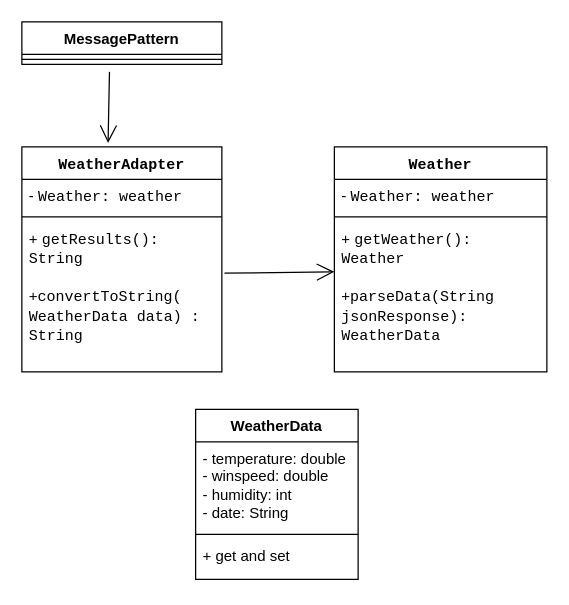
The draw.io diagram Rapport/Adaptater.drawio in adesbx/Eliza-GPT, before the edit. Source tidied: cells renumbered, new cells numbered last; positions are measured from the earlier drawing's top-left corner, leaving out a move shared by most shapes. Both pictures are drawn from the tidied source at 125%, with x=0, y=0 at pixel (21, 21).
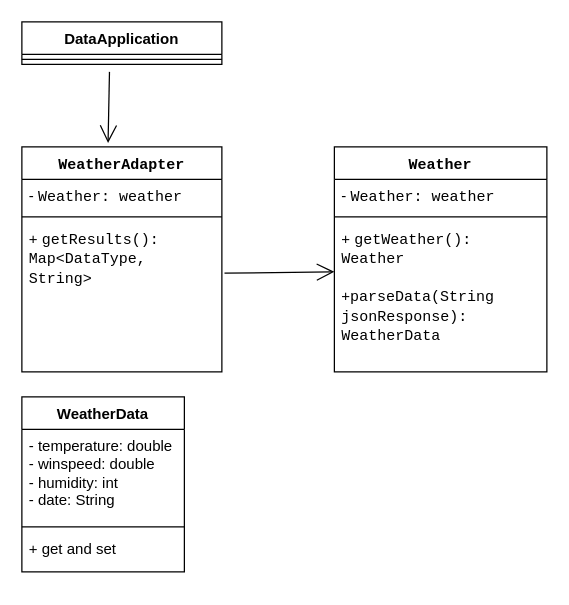
The same diagram, later.

Diff of the diagram source:
```diff
@@
-<mxGraphModel background="#ffffff">
+<mxGraphModel>
   <root>
     <mxCell id="0" />
     <mxCell id="1" parent="0" />
     <mxCell id="2" value="&lt;code&gt;&lt;span class=&quot;hljs-title.class&quot;&gt;WeatherAdapter&lt;/span&gt;&lt;span class=&quot;&quot;&gt; &lt;/span&gt;&lt;/code&gt;" style="swimlane;fontStyle=1;align=center;verticalAlign=top;horizontal=1;startSize=26;whiteSpace=wrap;html=1;" parent="1" vertex="1">
       <mxGeometry y="100" width="160" height="180" as="geometry" />
     </mxCell>
     <mxCell id="3" value="- &lt;code&gt; Weather: weather&lt;/code&gt;" style="text;strokeColor=none;fillColor=none;align=left;verticalAlign=top;spacingLeft=4;spacingRight=4;overflow=hidden;whiteSpace=wrap;html=1;" parent="2" vertex="1">
       <mxGeometry y="26" width="160" height="26" as="geometry" />
     </mxCell>
     <mxCell id="4" style="line;strokeWidth=1;fillColor=none;align=left;verticalAlign=middle;spacingTop=-1;spacingLeft=3;spacingRight=3;labelPosition=right;strokeColor=inherit;" parent="2" vertex="1">
       <mxGeometry y="52" width="160" height="8" as="geometry" />
     </mxCell>
-    <mxCell id="5" value="&lt;div&gt;+ &lt;code&gt; &lt;span class=&quot;hljs-title.function&quot;&gt;getResults&lt;/span&gt;&lt;span class=&quot;hljs-params&quot;&gt;(): String&lt;/span&gt;&lt;/code&gt;&lt;/div&gt;&lt;div&gt;&lt;code&gt;&lt;span class=&quot;hljs-params&quot;&gt;&lt;br&gt;&lt;/span&gt;&lt;/code&gt;&lt;/div&gt;&lt;div&gt;&lt;code&gt;&lt;span class=&quot;hljs-params&quot;&gt;&lt;/span&gt;&lt;/code&gt;+&lt;code&gt;&lt;span class=&quot;hljs-title.function&quot;&gt;convertToString&lt;/span&gt;&lt;span class=&quot;hljs-params&quot;&gt;&lt;span class=&quot;hljs-params&quot;&gt;(&lt;/span&gt;&lt;span class=&quot;hljs-params&quot;&gt; WeatherData data) : String&lt;/span&gt;&lt;/span&gt;&lt;span class=&quot;&quot;&gt;&lt;/span&gt;&lt;/code&gt;&lt;/div&gt;" style="text;strokeColor=none;fillColor=none;align=left;verticalAlign=top;spacingLeft=4;spacingRight=4;overflow=hidden;points=[[0,0.5],[1,0.5]];portConstraint=eastwest;whiteSpace=wrap;html=1;" parent="2" vertex="1">
+    <mxCell id="5" value="&lt;div&gt;+ &lt;code&gt; &lt;span class=&quot;hljs-title.function&quot;&gt;getResults&lt;/span&gt;&lt;span class=&quot;hljs-params&quot;&gt;():&lt;/span&gt;&lt;/code&gt;&lt;/div&gt;&lt;div&gt;&lt;code&gt;&lt;span class=&quot;hljs-params&quot;&gt;Map&amp;lt;DataType, String&amp;gt;&lt;br&gt;&lt;/span&gt;&lt;/code&gt;&lt;/div&gt;" style="text;strokeColor=none;fillColor=none;align=left;verticalAlign=top;spacingLeft=4;spacingRight=4;overflow=hidden;points=[[0,0.5],[1,0.5]];portConstraint=eastwest;whiteSpace=wrap;html=1;" parent="2" vertex="1">
       <mxGeometry y="60" width="160" height="120" as="geometry" />
     </mxCell>
     <mxCell id="6" value="&lt;code&gt;&lt;span class=&quot;hljs-title.class&quot;&gt;Weather&lt;/span&gt;&lt;span class=&quot;&quot;&gt; &lt;/span&gt;&lt;/code&gt;" style="swimlane;fontStyle=1;align=center;verticalAlign=top;horizontal=1;startSize=26;whiteSpace=wrap;html=1;" parent="1" vertex="1">
       <mxGeometry x="250" y="100" width="170" height="180" as="geometry" />
     </mxCell>
     <mxCell id="7" value="- &lt;code&gt; Weather: weather&lt;/code&gt;" style="text;strokeColor=none;fillColor=none;align=left;verticalAlign=top;spacingLeft=4;spacingRight=4;overflow=hidden;whiteSpace=wrap;html=1;" parent="6" vertex="1">
       <mxGeometry y="26" width="170" height="26" as="geometry" />
     </mxCell>
     <mxCell id="8" style="line;strokeWidth=1;fillColor=none;align=left;verticalAlign=middle;spacingTop=-1;spacingLeft=3;spacingRight=3;labelPosition=right;strokeColor=inherit;" parent="6" vertex="1">
       <mxGeometry y="52" width="170" height="8" as="geometry" />
     </mxCell>
     <mxCell id="9" value="&lt;div&gt;+ &lt;code&gt; &lt;/code&gt;&lt;code&gt;&lt;span class=&quot;hljs-title.function&quot;&gt;getWeather&lt;/span&gt;&lt;span class=&quot;hljs-params&quot;&gt;&lt;/span&gt;&lt;/code&gt;&lt;code&gt;&lt;span class=&quot;hljs-params&quot;&gt;(): &lt;/span&gt;&lt;/code&gt;&lt;code&gt;Weather&lt;span class=&quot;&quot;&gt; &lt;/span&gt;&lt;/code&gt;&lt;/div&gt;&lt;div&gt;&lt;code&gt;&lt;span class=&quot;hljs-params&quot;&gt;&lt;br&gt;&lt;/span&gt;&lt;/code&gt;&lt;/div&gt;&lt;div&gt;&lt;code&gt;&lt;span class=&quot;hljs-params&quot;&gt;&lt;/span&gt;&lt;/code&gt;+&lt;code&gt;&lt;span class=&quot;hljs-title.function&quot;&gt;parseData&lt;/span&gt;&lt;span class=&quot;hljs-params&quot;&gt;&lt;span class=&quot;hljs-params&quot;&gt;&lt;/span&gt;&lt;/span&gt;&lt;/code&gt;&lt;code&gt;&lt;span class=&quot;hljs-params&quot;&gt;&lt;span class=&quot;hljs-params&quot;&gt;(&lt;/span&gt;&lt;/span&gt;&lt;/code&gt;&lt;code&gt;String jsonResponse): &lt;/code&gt;&lt;code&gt;WeatherData&lt;/code&gt;&lt;code&gt;&lt;span class=&quot;hljs-params&quot;&gt;&lt;/span&gt;&lt;span class=&quot;&quot;&gt;&lt;/span&gt;&lt;/code&gt;&lt;/div&gt;" style="text;strokeColor=none;fillColor=none;align=left;verticalAlign=top;spacingLeft=4;spacingRight=4;overflow=hidden;whiteSpace=wrap;html=1;" parent="6" vertex="1">
       <mxGeometry y="60" width="170" height="120" as="geometry" />
     </mxCell>
     <mxCell id="10" style="endArrow=open;endFill=1;endSize=12;html=1;rounded=0;exitX=1.013;exitY=0.342;exitDx=0;exitDy=0;exitPerimeter=0;" parent="1" edge="1" source="5">
       <mxGeometry relative="1" as="geometry">
         <mxPoint x="250" y="200" as="targetPoint" />
       </mxGeometry>
     </mxCell>
     <mxCell id="11" value="WeatherData" style="swimlane;fontStyle=1;align=center;verticalAlign=top;horizontal=1;startSize=26;whiteSpace=wrap;html=1;" parent="1" vertex="1">
-      <mxGeometry x="139" y="310" width="130" height="136" as="geometry" />
+      <mxGeometry y="300" width="130" height="140" as="geometry" />
     </mxCell>
     <mxCell id="12" value="&lt;div&gt;- temperature: double&lt;/div&gt;&lt;div&gt;- winspeed: double&lt;br&gt;&lt;/div&gt;&lt;div&gt;- humidity: int&lt;br&gt;&lt;/div&gt;&lt;div&gt;- date: String&lt;br&gt;&lt;/div&gt;" style="text;strokeColor=none;fillColor=none;align=left;verticalAlign=top;spacingLeft=4;spacingRight=4;overflow=hidden;whiteSpace=wrap;html=1;" parent="11" vertex="1">
-      <mxGeometry y="26" width="130" height="70" as="geometry" />
+      <mxGeometry y="26" width="130" height="74" as="geometry" />
     </mxCell>
     <mxCell id="13" style="line;strokeWidth=1;fillColor=none;align=left;verticalAlign=middle;spacingTop=-1;spacingLeft=3;spacingRight=3;labelPosition=right;strokeColor=inherit;" parent="11" vertex="1">
-      <mxGeometry y="96" width="130" height="8" as="geometry" />
+      <mxGeometry y="100" width="130" height="8" as="geometry" />
     </mxCell>
     <mxCell id="14" value="+ get and set" style="text;strokeColor=none;fillColor=none;align=left;verticalAlign=top;spacingLeft=4;spacingRight=4;overflow=hidden;whiteSpace=wrap;html=1;" parent="11" vertex="1">
-      <mxGeometry y="104" width="130" height="32" as="geometry" />
+      <mxGeometry y="108" width="130" height="32" as="geometry" />
     </mxCell>
-    <mxCell id="15" value="MessagePattern" style="swimlane;fontStyle=1;align=center;verticalAlign=top;horizontal=1;startSize=26;whiteSpace=wrap;html=1;" parent="1" vertex="1">
+    <mxCell id="15" value="DataApplication" style="swimlane;fontStyle=1;align=center;verticalAlign=top;horizontal=1;startSize=26;whiteSpace=wrap;html=1;" parent="1" vertex="1">
       <mxGeometry width="160" height="34" as="geometry" />
     </mxCell>
     <mxCell id="16" style="line;strokeWidth=1;fillColor=none;align=left;verticalAlign=middle;spacingTop=-1;spacingLeft=3;spacingRight=3;labelPosition=right;points=[];portConstraint=eastwest;strokeColor=inherit;" parent="15" vertex="1">
       <mxGeometry y="26" width="160" height="8" as="geometry" />
     </mxCell>
     <mxCell id="17" style="endArrow=open;endFill=1;endSize=12;html=1;rounded=0;exitX=0.438;exitY=1.75;exitDx=0;exitDy=0;exitPerimeter=0;entryX=0.431;entryY=-0.017;entryDx=0;entryDy=0;entryPerimeter=0;" parent="1" edge="1" source="16" target="2">
       <mxGeometry relative="1" as="geometry" />
     </mxCell>
   </root>
 </mxGraphModel>
```
